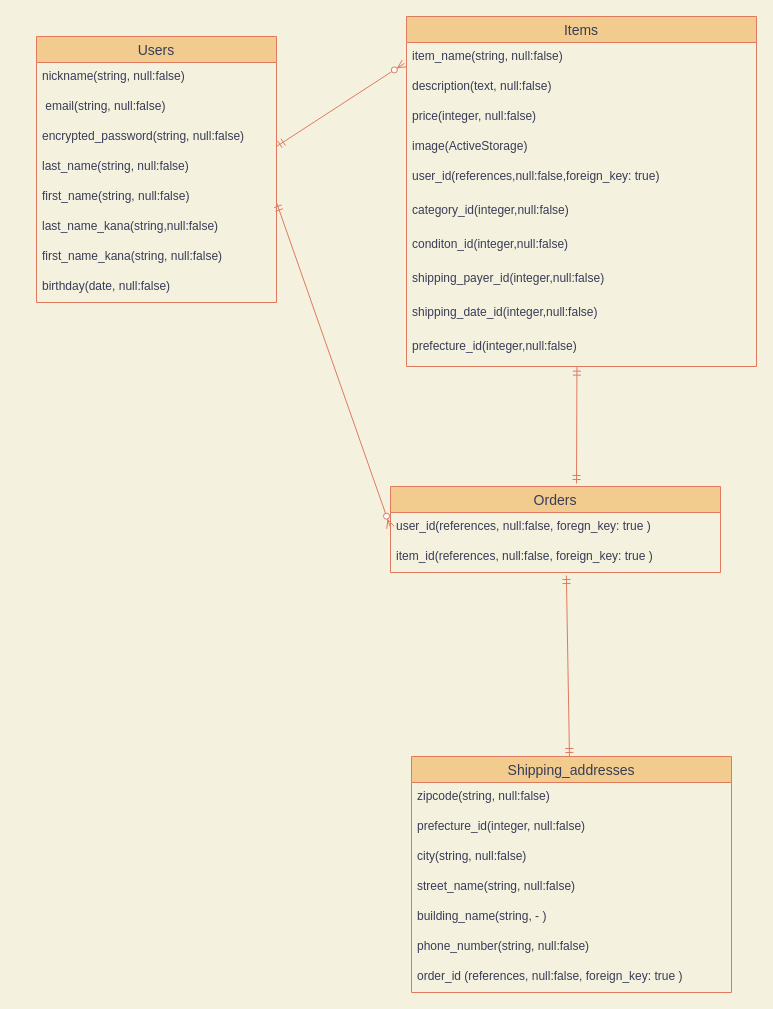
The draw.io diagram furima33471er.dio in lococo14/furima-33471, before the edit. Source tidied: cells renumbered, new cells numbered last; positions are measured from the earlier drawing's top-left corner, leaving out a move shared by most shapes. Both pictures are drawn from the tidied source at 100%, with x=0, y=0 at pixel (36, 16).
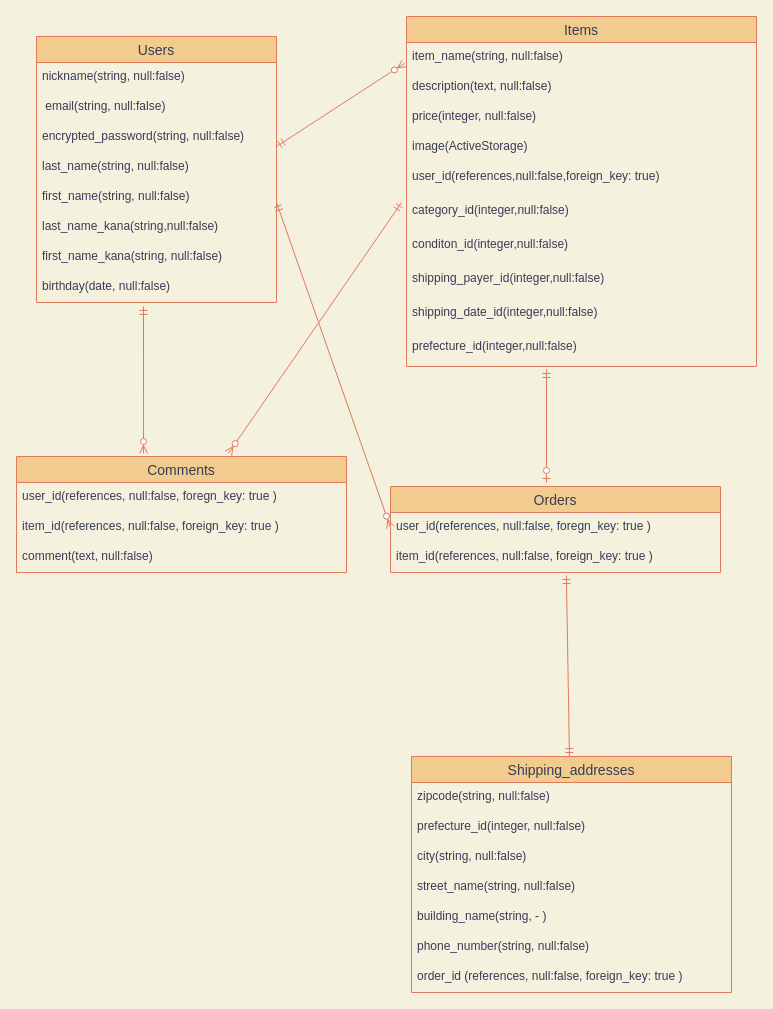
The same diagram, later.

The change refers to these unchanged cells:
```xml
<mxCell id="11" value="Items" style="swimlane;fontStyle=0;horizontal=1;startSize=26;align=center;fontSize=14;fillColor=#F2CC8F;strokeColor=#E07A5F;fontColor=#393C56;" parent="1" vertex="1">
  <mxGeometry x="370" width="350" height="350" as="geometry" />
</mxCell>
<mxCell id="17" value="category_id(integer,null:false)" style="text;strokeColor=none;fillColor=none;spacingLeft=4;spacingRight=4;overflow=hidden;points=[[0,0.5],[1,0.5]];portConstraint=eastwest;fontSize=12;fontColor=#393C56;" parent="11" vertex="1">
  <mxGeometry y="180" width="350" height="34" as="geometry" />
</mxCell>
<mxCell id="21" value="prefecture_id(integer,null:false)" style="text;strokeColor=none;fillColor=none;spacingLeft=4;spacingRight=4;overflow=hidden;points=[[0,0.5],[1,0.5]];portConstraint=eastwest;fontSize=12;fontColor=#393C56;" parent="11" vertex="1">
  <mxGeometry y="316" width="350" height="34" as="geometry" />
</mxCell>
<mxCell id="23" value="user_id(references, null:false, foregn_key: true )" style="text;strokeColor=none;fillColor=none;spacingLeft=4;spacingRight=4;overflow=hidden;points=[[0,0.5],[1,0.5]];portConstraint=eastwest;fontSize=12;fontColor=#393C56;" parent="22" vertex="1">
  <mxGeometry y="26" width="330" height="30" as="geometry" />
</mxCell>
<mxCell id="24" value="item_id(references, null:false, foreign_key: true )" style="text;strokeColor=none;fillColor=none;spacingLeft=4;spacingRight=4;overflow=hidden;points=[[0,0.5],[1,0.5]];portConstraint=eastwest;fontSize=12;fontColor=#393C56;" parent="22" vertex="1">
  <mxGeometry y="56" width="330" height="30" as="geometry" />
</mxCell>
<mxCell id="25" value="Shipping_addresses" style="swimlane;fontStyle=0;horizontal=1;startSize=26;align=center;fontSize=14;fillColor=#F2CC8F;strokeColor=#E07A5F;fontColor=#393C56;" parent="1" vertex="1">
  <mxGeometry x="375" y="740" width="320" height="236" as="geometry" />
</mxCell>
```

Diff of the diagram source:
```diff
@@
-    <mxCell id="33" style="fontSize=12;html=1;endArrow=ERzeroToMany;startArrow=ERmandOne;strokeColor=#E07A5F;fillColor=#F2CC8F;entryX=-0.006;entryY=0.134;entryDx=0;entryDy=0;entryPerimeter=0;" parent="1" edge="1" target="11">
+    <mxCell id="33" style="fontSize=12;html=1;endArrow=ERzeroToMany;startArrow=ERmandOne;strokeColor=#E07A5F;fillColor=#F2CC8F;entryX=-0.006;entryY=0.134;entryDx=0;entryDy=0;entryPerimeter=0;labelBackgroundColor=#F4F1DE;fontColor=#393C56;" parent="1" edge="1" target="11">
       <mxGeometry relative="1" as="geometry">
         <mxPoint x="240" y="130" as="sourcePoint" />
       </mxGeometry>
     </mxCell>
-    <mxCell id="34" style="fontSize=12;html=1;endArrow=ERzeroToMany;startArrow=ERmandOne;strokeColor=#E07A5F;fillColor=#F2CC8F;entryX=0;entryY=0.5;entryDx=0;entryDy=0;" parent="1" edge="1" target="23">
+    <mxCell id="34" style="fontSize=12;html=1;endArrow=ERzeroToMany;startArrow=ERmandOne;strokeColor=#E07A5F;fillColor=#F2CC8F;entryX=0;entryY=0.5;entryDx=0;entryDy=0;labelBackgroundColor=#F4F1DE;fontColor=#393C56;" parent="1" edge="1" target="23">
       <mxGeometry relative="1" as="geometry">
         <mxPoint x="240" y="186" as="sourcePoint" />
       </mxGeometry>
     </mxCell>
-    <mxCell id="35" style="fontSize=12;html=1;endArrow=ERmandOne;startArrow=ERmandOne;strokeColor=#E07A5F;fillColor=#F2CC8F;entryX=0.533;entryY=1.1;entryDx=0;entryDy=0;entryPerimeter=0;" parent="1" edge="1" source="25" target="24">
+    <mxCell id="35" style="fontSize=12;html=1;endArrow=ERmandOne;startArrow=ERmandOne;strokeColor=#E07A5F;fillColor=#F2CC8F;entryX=0.533;entryY=1.1;entryDx=0;entryDy=0;entryPerimeter=0;labelBackgroundColor=#F4F1DE;fontColor=#393C56;" parent="1" edge="1" source="25" target="24">
       <mxGeometry relative="1" as="geometry" />
     </mxCell>
-    <mxCell id="36" style="fontSize=12;html=1;endArrow=ERmandOne;startArrow=ERmandOne;strokeColor=#E07A5F;fillColor=#F2CC8F;entryX=0.487;entryY=1.019;entryDx=0;entryDy=0;entryPerimeter=0;" parent="1" edge="1" target="21">
-      <mxGeometry relative="1" as="geometry">
-        <mxPoint x="540" y="467" as="sourcePoint" />
-      </mxGeometry>
-    </mxCell>
+    <mxCell id="37" value="Comments" style="swimlane;fontStyle=0;horizontal=1;startSize=26;align=center;fontSize=14;fillColor=#F2CC8F;strokeColor=#E07A5F;fontColor=#393C56;" parent="1" vertex="1">
+      <mxGeometry x="-20" y="440" width="330" height="116" as="geometry" />
+    </mxCell>
+    <mxCell id="38" value="user_id(references, null:false, foregn_key: true )" style="text;strokeColor=none;fillColor=none;spacingLeft=4;spacingRight=4;overflow=hidden;fontSize=12;fontColor=#393C56;" parent="37" vertex="1">
+      <mxGeometry y="26" width="330" height="30" as="geometry" />
+    </mxCell>
+    <mxCell id="39" value="item_id(references, null:false, foreign_key: true )" style="text;strokeColor=none;fillColor=none;spacingLeft=4;spacingRight=4;overflow=hidden;fontSize=12;fontColor=#393C56;" parent="37" vertex="1">
+      <mxGeometry y="56" width="330" height="30" as="geometry" />
+    </mxCell>
+    <mxCell id="40" value="comment(text, null:false)" style="text;strokeColor=none;fillColor=none;spacingLeft=4;spacingRight=4;overflow=hidden;fontSize=12;fontColor=#393C56;" parent="37" vertex="1">
+      <mxGeometry y="86" width="330" height="30" as="geometry" />
+    </mxCell>
+    <mxCell id="41" style="fontSize=12;html=1;endArrow=ERzeroToOne;startArrow=ERmandOne;exitX=0.4;exitY=1.088;exitDx=0;exitDy=0;exitPerimeter=0;fontColor=#393C56;labelBackgroundColor=#F4F1DE;strokeColor=#E07A5F;" parent="1" edge="1" source="21">
+      <mxGeometry relative="1" as="geometry">
+        <mxPoint x="510" y="466" as="targetPoint" />
+      </mxGeometry>
+    </mxCell>
+    <mxCell id="42" style="fontSize=12;html=1;endArrow=ERzeroToMany;startArrow=ERmandOne;strokeColor=#E07A5F;fillColor=#F2CC8F;entryX=0.642;entryY=-0.026;entryDx=0;entryDy=0;entryPerimeter=0;exitX=-0.014;exitY=0.176;exitDx=0;exitDy=0;exitPerimeter=0;" parent="1" edge="1" source="17" target="37">
+      <mxGeometry relative="1" as="geometry" />
+    </mxCell>
+    <mxCell id="43" style="fontSize=12;html=1;endArrow=ERzeroToMany;startArrow=ERmandOne;strokeColor=#E07A5F;fillColor=#F2CC8F;entryX=0.385;entryY=-0.026;entryDx=0;entryDy=0;entryPerimeter=0;" parent="1" edge="1" target="37">
+      <mxGeometry relative="1" as="geometry">
+        <mxPoint x="107" y="290" as="sourcePoint" />
+      </mxGeometry>
+    </mxCell>
```
